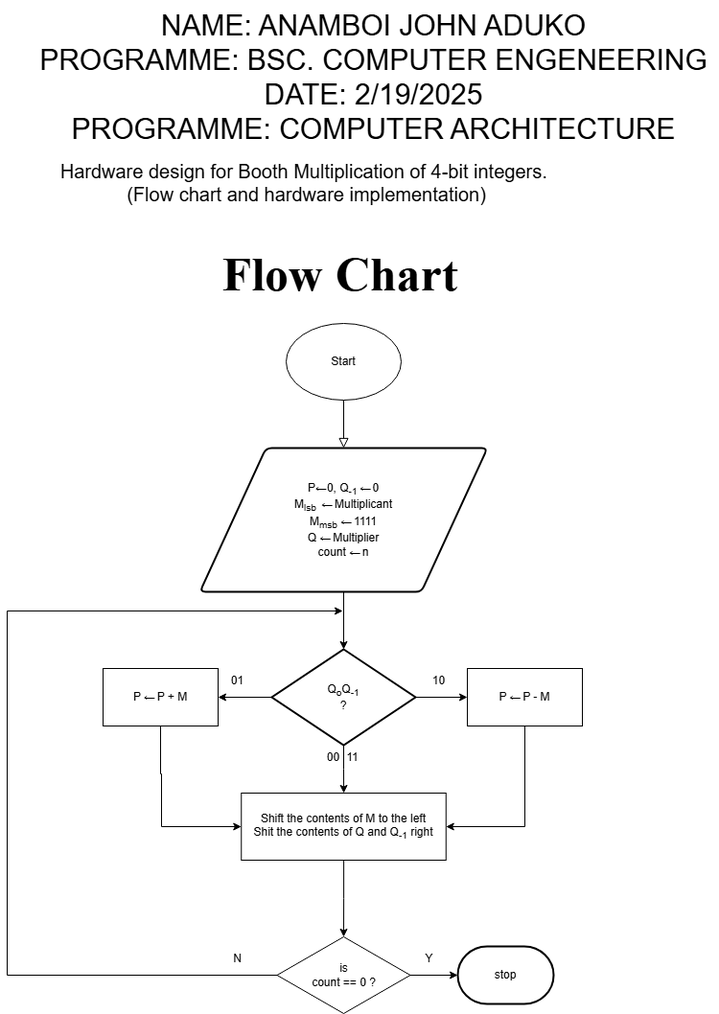
Earlier version of the draw.io export booth multiplication implementation.drawio.png (anamboijohn/Computer-Architecture). Source tidied: cells renumbered, new cells last; positions are measured from the earlier drawing's top-left corner, leaving out a move shared by most shapes.
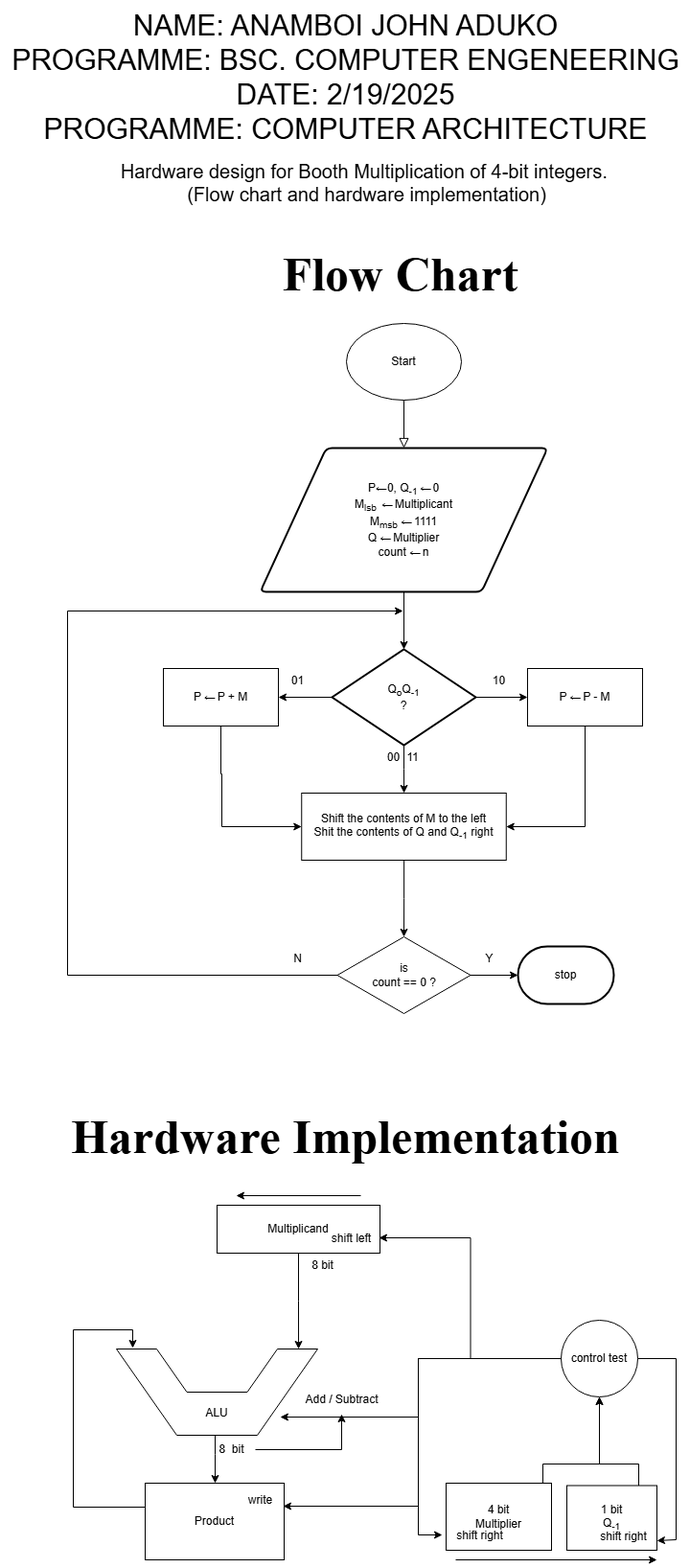
The same file after the commit.

What changed in the source:
```diff
@@ -96,10 +96,141 @@
       <mxGeometry x="212" y="250" width="270" height="70" as="geometry" />
     </mxCell>
     <mxCell id="28" value="&lt;font style=&quot;font-size: 30px;&quot;&gt;NAME: ANAMBOI JOHN ADUKO&lt;/font&gt;&lt;div&gt;&lt;font style=&quot;font-size: 30px;&quot;&gt;PROGRAMME: BSC. COMPUTER ENGENEERING&lt;/font&gt;&lt;/div&gt;&lt;div&gt;&lt;font style=&quot;font-size: 30px;&quot;&gt;DATE: 2/19/2025&lt;/font&gt;&lt;/div&gt;&lt;div&gt;&lt;font style=&quot;font-size: 30px;&quot;&gt;PROGRAMME: COMPUTER ARCHITECTURE&lt;/font&gt;&lt;/div&gt;" style="text;html=1;align=center;verticalAlign=middle;strokeColor=none;fillColor=none;" parent="1" vertex="1">
-      <mxGeometry x="22" width="720" height="160" as="geometry" />
+      <mxGeometry x="-70" width="720" height="160" as="geometry" />
     </mxCell>
     <mxCell id="29" value="&lt;font style=&quot;font-size: 20px;&quot;&gt;Hardware design for Booth Multiplication of 4-bit integers.&amp;nbsp;&lt;/font&gt;&lt;div&gt;&lt;font style=&quot;font-size: 20px;&quot;&gt;(Flow chart and hardware implementation)&lt;/font&gt;&lt;/div&gt;" style="text;html=1;align=center;verticalAlign=middle;strokeColor=none;fillColor=none;" parent="1" vertex="1">
       <mxGeometry x="42" y="160" width="540" height="60" as="geometry" />
     </mxCell>
+    <mxCell id="30" value="&lt;font style=&quot;font-size: 50px;&quot; face=&quot;Times New Roman&quot;&gt;&lt;b&gt;Hardware Implementation&lt;/b&gt;&lt;/font&gt;" style="text;html=1;align=center;verticalAlign=middle;strokeColor=none;fillColor=none;" parent="1" vertex="1">
+      <mxGeometry x="-10" y="1150" width="600" height="70" as="geometry" />
+    </mxCell>
+    <mxCell id="31" style="group;" parent="1" vertex="1">
+      <mxGeometry x="6" y="1247" width="629" height="380" as="geometry" />
+    </mxCell>
+    <mxCell id="32" style="edgeStyle=orthogonalEdgeStyle;rounded=0;jettySize=auto;html=1;" parent="31" edge="1" source="33" target="36">
+      <mxGeometry relative="1" as="geometry">
+        <Array as="points">
+          <mxPoint x="148" y="270" />
+          <mxPoint x="148" y="270" />
+        </Array>
+      </mxGeometry>
+    </mxCell>
+    <mxCell id="33" value="&lt;div&gt;&lt;br&gt;&lt;/div&gt;&lt;div&gt;&lt;br&gt;&lt;/div&gt;&lt;div&gt;&lt;br&gt;&lt;/div&gt;&lt;div&gt;ALU&lt;/div&gt;" style="shape=(stored shape, 352 characters);whiteSpace=wrap;html=1;direction=south;" parent="31" vertex="1">
+      <mxGeometry x="45" y="160" width="210" height="90" as="geometry" />
+    </mxCell>
+    <mxCell id="34" style="edgeStyle=orthogonalEdgeStyle;rounded=0;jettySize=auto;html=1;entryX=0;entryY=0.095;entryDx=0;entryDy=0;entryPerimeter=0;" parent="31" edge="1" source="35" target="33">
+      <mxGeometry relative="1" as="geometry" />
+    </mxCell>
+    <mxCell id="35" value="Multiplicand" style="rounded=0;whiteSpace=wrap;html=1;" parent="31" vertex="1">
+      <mxGeometry x="150" y="10" width="170" height="50" as="geometry" />
+    </mxCell>
+    <mxCell id="36" value="Product" style="rounded=0;whiteSpace=wrap;html=1;" parent="31" vertex="1">
+      <mxGeometry x="75" y="300" width="145" height="80" as="geometry" />
+    </mxCell>
+    <mxCell id="37" style="edgeStyle=orthogonalEdgeStyle;rounded=0;jettySize=auto;html=1;entryX=0.5;entryY=1;entryDx=0;entryDy=0;" parent="31" edge="1" source="38" target="44">
+      <mxGeometry relative="1" as="geometry">
+        <Array as="points">
+          <mxPoint x="490" y="280" />
+          <mxPoint x="549" y="280" />
+        </Array>
+      </mxGeometry>
+    </mxCell>
+    <mxCell id="38" value="&lt;div&gt;4 bit&lt;/div&gt;Multiplier" style="whiteSpace=wrap;html=1;" parent="31" vertex="1">
+      <mxGeometry x="389" y="300" width="110" height="70" as="geometry" />
+    </mxCell>
+    <mxCell id="39" style="edgeStyle=orthogonalEdgeStyle;rounded=0;jettySize=auto;html=1;entryX=0.5;entryY=1;entryDx=0;entryDy=0;" parent="31" edge="1" source="40" target="44">
+      <mxGeometry relative="1" as="geometry">
+        <Array as="points">
+          <mxPoint x="590" y="280" />
+          <mxPoint x="549" y="280" />
+        </Array>
+      </mxGeometry>
+    </mxCell>
+    <mxCell id="40" value="&lt;div&gt;1 bit&lt;/div&gt;Q&lt;sub&gt;-1&lt;/sub&gt;" style="whiteSpace=wrap;html=1;" parent="31" vertex="1">
+      <mxGeometry x="515" y="302.5" width="94" height="67.5" as="geometry" />
+    </mxCell>
+    <mxCell id="41" style="edgeStyle=orthogonalEdgeStyle;rounded=0;jettySize=auto;html=1;entryX=-0.011;entryY=0.919;entryDx=0;entryDy=0;entryPerimeter=0;" parent="31" edge="1" source="36" target="33">
+      <mxGeometry relative="1" as="geometry">
+        <Array as="points">
+          <mxPoint y="325" />
+          <mxPoint y="140" />
+          <mxPoint x="62" y="140" />
+        </Array>
+      </mxGeometry>
+    </mxCell>
+    <mxCell id="42" style="edgeStyle=orthogonalEdgeStyle;rounded=0;jettySize=auto;html=1;entryX=-0.057;entryY=0.467;entryDx=0;entryDy=0;entryPerimeter=0;" parent="31" edge="1" source="44" target="45">
+      <mxGeometry relative="1" as="geometry">
+        <Array as="points">
+          <mxPoint x="360" y="170" />
+          <mxPoint x="360" y="354" />
+        </Array>
+      </mxGeometry>
+    </mxCell>
+    <mxCell id="43" style="edgeStyle=orthogonalEdgeStyle;rounded=0;jettySize=auto;html=1;entryX=0.789;entryY=0.186;entryDx=0;entryDy=0;entryPerimeter=0;" parent="31" edge="1" source="44" target="33">
+      <mxGeometry relative="1" as="geometry">
+        <Array as="points">
+          <mxPoint x="360" y="170" />
+          <mxPoint x="360" y="231" />
+        </Array>
+      </mxGeometry>
+    </mxCell>
+    <mxCell id="44" value="control test" style="ellipse;whiteSpace=wrap;html=1;" parent="31" vertex="1">
+      <mxGeometry x="509" y="130" width="80" height="80" as="geometry" />
+    </mxCell>
+    <mxCell id="45" value="shift right" style="text;html=1;align=center;verticalAlign=middle;points=[];strokeColor=none;fillColor=none;" parent="31" vertex="1">
+      <mxGeometry x="389" y="340" width="70" height="30" as="geometry" />
+    </mxCell>
+    <mxCell id="46" value="shift right" style="text;html=1;align=center;verticalAlign=middle;points=[];strokeColor=none;fillColor=none;" parent="31" vertex="1">
+      <mxGeometry x="539" y="341" width="70" height="30" as="geometry" />
+    </mxCell>
+    <mxCell id="47" value="write" style="text;html=1;align=center;verticalAlign=middle;points=[];strokeColor=none;fillColor=none;" parent="31" vertex="1">
+      <mxGeometry x="170" y="302.5" width="50" height="30" as="geometry" />
+    </mxCell>
+    <mxCell id="48" style="edgeStyle=orthogonalEdgeStyle;rounded=0;jettySize=auto;html=1;entryX=0.98;entryY=0.717;entryDx=0;entryDy=0;entryPerimeter=0;" parent="31" edge="1" source="44" target="47">
+      <mxGeometry relative="1" as="geometry">
+        <Array as="points">
+          <mxPoint x="360" y="170" />
+          <mxPoint x="360" y="324" />
+        </Array>
+      </mxGeometry>
+    </mxCell>
+    <mxCell id="49" style="edgeStyle=orthogonalEdgeStyle;rounded=0;jettySize=auto;html=1;entryX=1;entryY=0.633;entryDx=0;entryDy=0;entryPerimeter=0;" parent="31" edge="1" source="44" target="46">
+      <mxGeometry relative="1" as="geometry">
+        <Array as="points">
+          <mxPoint x="629" y="170" />
+          <mxPoint x="629" y="359" />
+        </Array>
+      </mxGeometry>
+    </mxCell>
+    <mxCell id="50" style="endArrow=classic;html=1;rounded=0;" parent="31" edge="1">
+      <mxGeometry relative="1" as="geometry">
+        <mxPoint x="399" y="380" as="sourcePoint" />
+        <mxPoint x="609" y="380" as="targetPoint" />
+      </mxGeometry>
+    </mxCell>
+    <mxCell id="51" value="Add / Subtract" style="text;html=1;align=center;verticalAlign=middle;points=[];strokeColor=none;fillColor=none;" parent="31" vertex="1">
+      <mxGeometry x="230" y="198" width="100" height="30" as="geometry" />
+    </mxCell>
+    <mxCell id="52" value="8 bit" style="text;html=1;align=center;verticalAlign=middle;strokeColor=none;fillColor=none;" parent="31" vertex="1">
+      <mxGeometry x="235" y="58" width="50" height="30" as="geometry" />
+    </mxCell>
+    <mxCell id="53" style="edgeStyle=orthogonalEdgeStyle;rounded=0;jettySize=auto;html=1;" parent="31" edge="1" source="54" target="51">
+      <mxGeometry relative="1" as="geometry" />
+    </mxCell>
+    <mxCell id="54" value="8&amp;nbsp; bit" style="text;html=1;align=center;verticalAlign=middle;points=[];strokeColor=none;fillColor=none;" parent="31" vertex="1">
+      <mxGeometry x="140" y="250" width="50" height="30" as="geometry" />
+    </mxCell>
+    <mxCell id="55" value="shift left" style="text;html=1;align=center;verticalAlign=middle;points=[];strokeColor=none;fillColor=none;" parent="31" vertex="1">
+      <mxGeometry x="260" y="30" width="60" height="30" as="geometry" />
+    </mxCell>
+    <mxCell id="56" style="edgeStyle=orthogonalEdgeStyle;rounded=0;jettySize=auto;html=1;entryX=0.983;entryY=0.467;entryDx=0;entryDy=0;entryPerimeter=0;" parent="31" edge="1" source="44" target="55">
+      <mxGeometry relative="1" as="geometry" />
+    </mxCell>
+    <mxCell id="57" style="endArrow=classic;html=1;rounded=0;" parent="31" edge="1">
+      <mxGeometry relative="1" as="geometry">
+        <mxPoint x="300" as="sourcePoint" />
+        <mxPoint x="170" as="targetPoint" />
+      </mxGeometry>
+    </mxCell>
   </root>
 </mxGraphModel>
```
